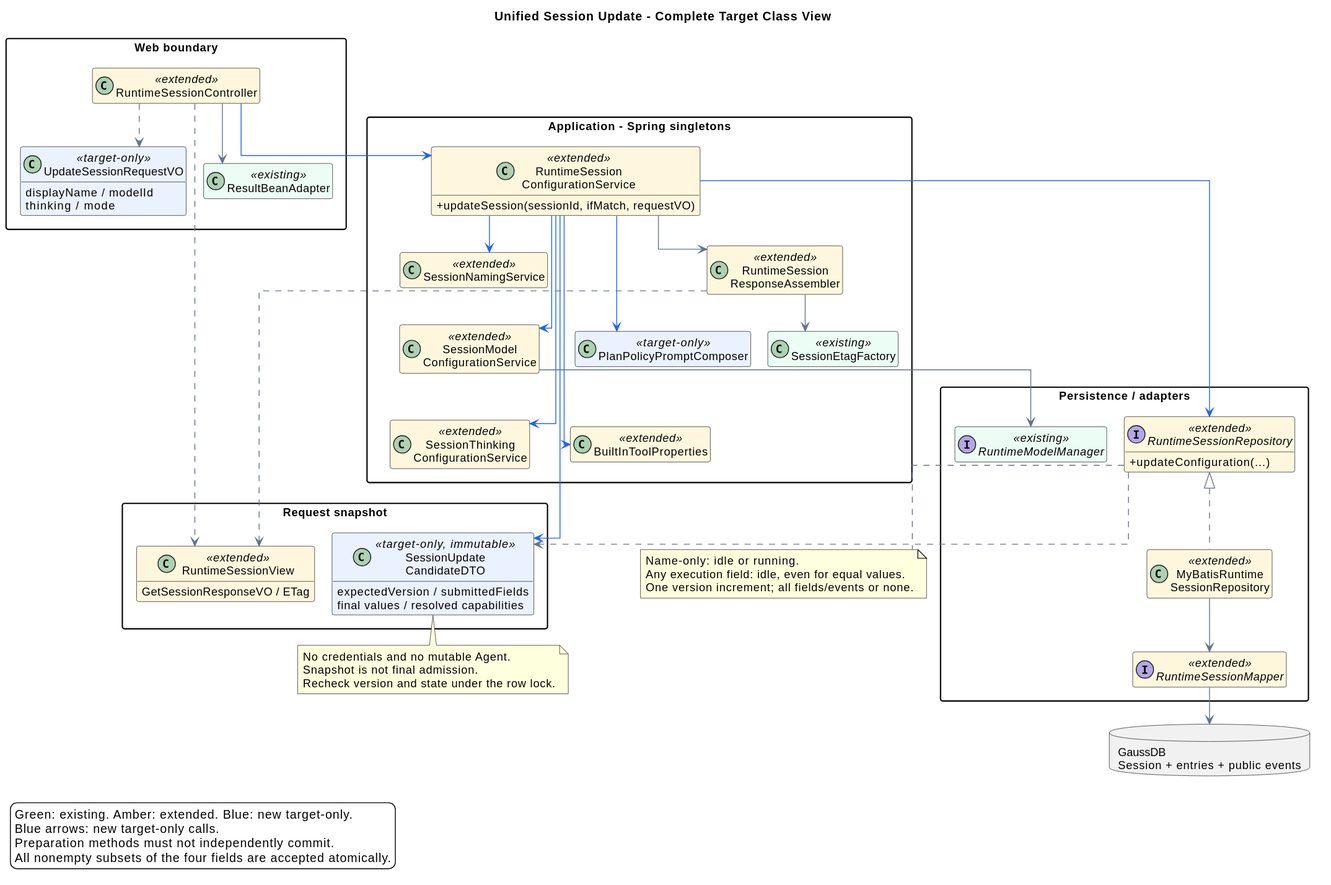
This is 01-总体架构/01-CampusClaw多Agent运行时/设计图/会话配置/http_session_update_classes.svg from ssm0808/pi-mono-java-design, a PlantUML export, as it was before one commit.
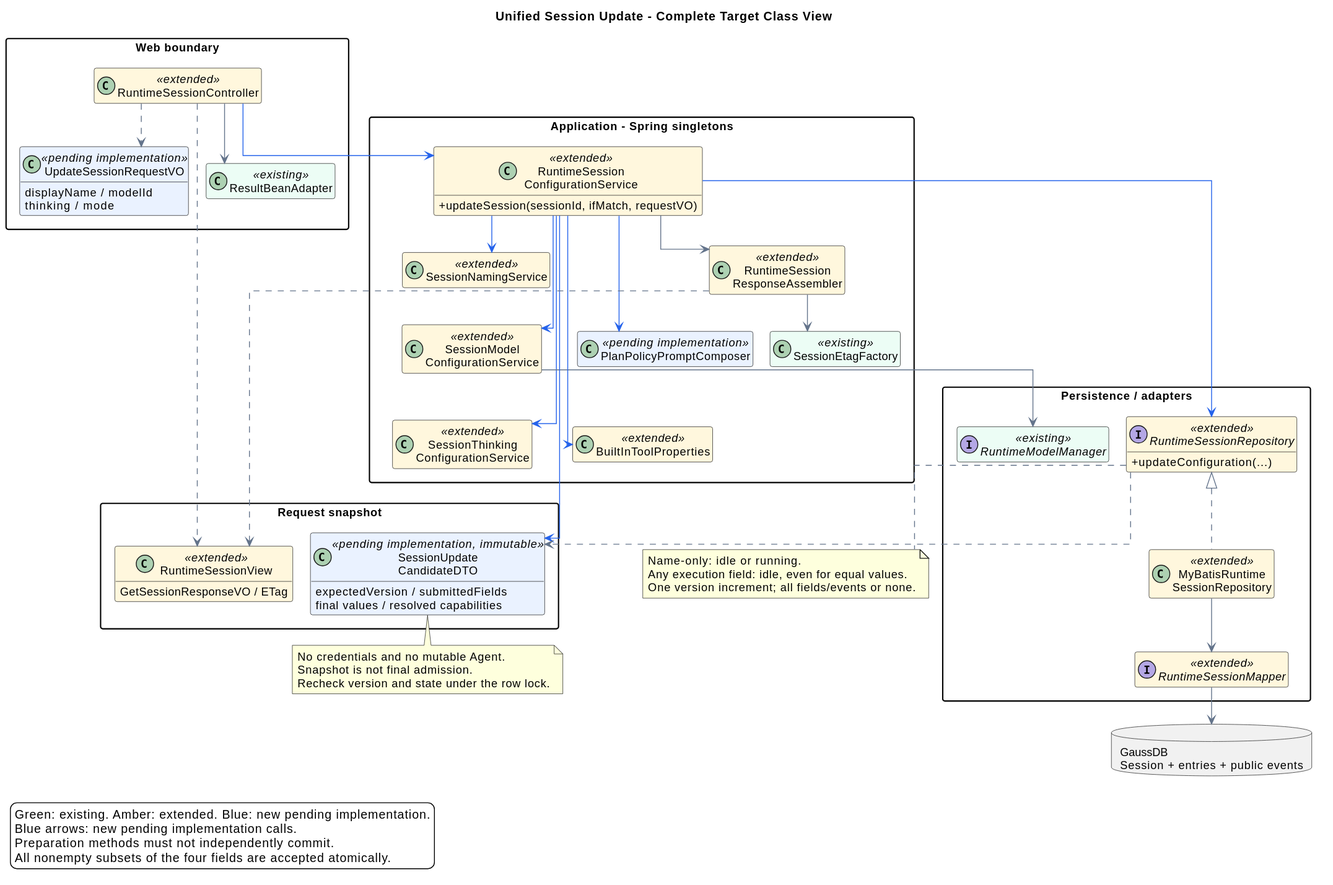
Above is the later version.

What changed in the source:
```diff
@@ -17,7 +17,7 @@
 
 package "Web boundary" as WebLayer {
   class "RuntimeSessionController" as API <<extended>> #FFF7DD
-  class "UpdateSessionRequestVO" as Request <<target-only>> #EAF2FF {
+  class "UpdateSessionRequestVO" as Request <<pending implementation>> #EAF2FF {
     displayName / modelId
     thinking / mode
   }
@@ -32,11 +32,11 @@
   class "SessionThinking\nConfigurationService" as Thinking <<extended>> #FFF7DD
   class "RuntimeSession\nResponseAssembler" as Assembler <<extended>> #FFF7DD
   class "SessionEtagFactory" as Etag <<existing>> #ECFDF5
-  class "PlanPolicyPromptComposer" as Policy <<target-only>> #EAF2FF
+  class "PlanPolicyPromptComposer" as Policy <<pending implementation>> #EAF2FF
   class "BuiltInToolProperties" as Profile <<extended>> #FFF7DD
 }
 package "Request snapshot" as RequestLayer {
-  class "SessionUpdate\nCandidateDTO" as Candidate <<target-only, immutable>> #EAF2FF {
+  class "SessionUpdate\nCandidateDTO" as Candidate <<pending implementation, immutable>> #EAF2FF {
     expectedVersion / submittedFields
     final values / resolved capabilities
   }
@@ -87,8 +87,8 @@
   One version increment; all fields/events or none.
 end note
 legend bottom left
-  Green: existing. Amber: extended. Blue: new target-only.
-  Blue arrows: new target-only calls.
+  Green: existing. Amber: extended. Blue: new pending implementation.
+  Blue arrows: new pending implementation calls.
   Preparation methods must not independently commit.
   All nonempty subsets of the four fields are accepted atomically.
 endlegend
```
